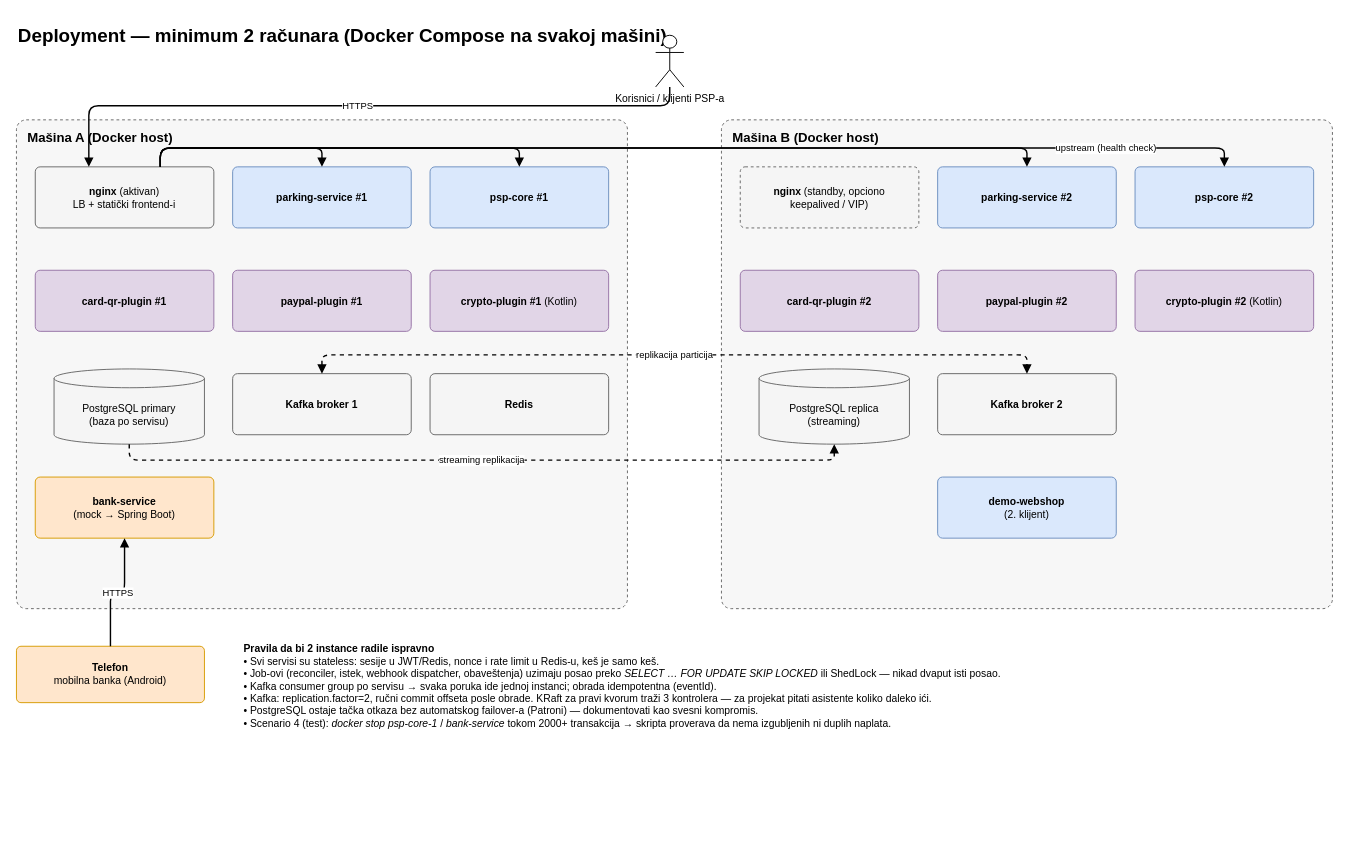
Above: page "2. Deployment (2 mašine)" (2 of 4) of SEP_dizajn_sistema.drawio in simin161/SEP_projekat (draw.io), before the change. Source tidied: cells renumbered, new cells numbered last; positions are measured from the earlier drawing's top-left corner, leaving out a move shared by most shapes. Both pictures are drawn from the tidied source at 94%, with x=0, y=0 at pixel (16, 16).
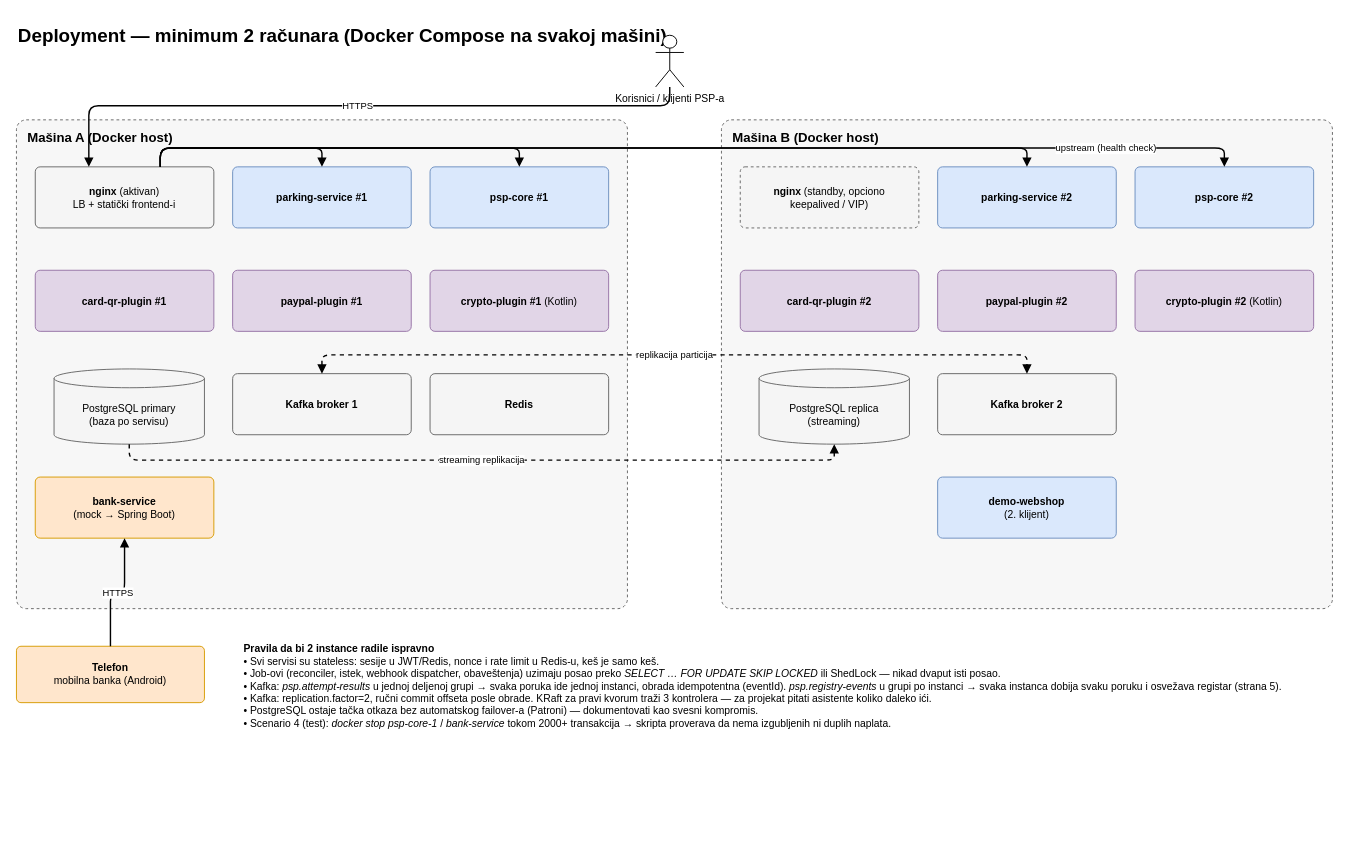
After the change.

What changed in the source:
```diff
@@
-    <mxCell id="34" value="&lt;b&gt;Pravila da bi 2 instance radile ispravno&lt;/b&gt;&lt;br&gt;• Svi servisi su stateless: sesije u JWT/Redis, nonce i rate limit u Redis-u, keš je samo keš.&lt;br&gt;• Job-ovi (reconciler, istek, webhook dispatcher, obaveštenja) uzimaju posao preko &lt;i&gt;SELECT … FOR UPDATE SKIP LOCKED&lt;/i&gt; ili ShedLock — nikad dvaput isti posao.&lt;br&gt;• Kafka consumer group po servisu → svaka poruka ide jednoj instanci; obrada idempotentna (eventId).&lt;br&gt;• Kafka: replication.factor=2, ručni commit offseta posle obrade. KRaft za pravi kvorum traži 3 kontrolera — za projekat pitati asistente koliko daleko ići.&lt;br&gt;• PostgreSQL ostaje tačka otkaza bez automatskog failover-a (Patroni) — dokumentovati kao svesni kompromis.&lt;br&gt;• Scenario 4 (test): &lt;i&gt;docker stop psp-core-1&lt;/i&gt; / &lt;i&gt;bank-service&lt;/i&gt; tokom 2000+ transakcija → skripta proverava da nema izgubljenih ni duplih naplata." style="text;html=1;align=left;verticalAlign=middle;fontSize=11;whiteSpace=wrap;verticalAlign=top;fontSize=11;" parent="1" vertex="1">
-      <mxGeometry x="240" y="660" width="1160" height="200" as="geometry" />
+    <mxCell id="34" value="&lt;b&gt;Pravila da bi 2 instance radile ispravno&lt;/b&gt;&lt;br&gt;• Svi servisi su stateless: sesije u JWT/Redis, nonce i rate limit u Redis-u, keš je samo keš.&lt;br&gt;• Job-ovi (reconciler, istek, webhook dispatcher, obaveštenja) uzimaju posao preko &lt;i&gt;SELECT … FOR UPDATE SKIP LOCKED&lt;/i&gt; ili ShedLock — nikad dvaput isti posao.&lt;br&gt;• Kafka: &lt;i&gt;psp.attempt-results&lt;/i&gt; u jednoj deljenoj grupi → svaka poruka ide jednoj instanci, obrada idempotentna (eventId). &lt;i&gt;psp.registry-events&lt;/i&gt; u grupi po instanci → svaka instanca dobija svaku poruku i osvežava registar (strana 5).&lt;br&gt;• Kafka: replication.factor=2, ručni commit offseta posle obrade. KRaft za pravi kvorum traži 3 kontrolera — za projekat pitati asistente koliko daleko ići.&lt;br&gt;• PostgreSQL ostaje tačka otkaza bez automatskog failover-a (Patroni) — dokumentovati kao svesni kompromis.&lt;br&gt;• Scenario 4 (test): &lt;i&gt;docker stop psp-core-1&lt;/i&gt; / &lt;i&gt;bank-service&lt;/i&gt; tokom 2000+ transakcija → skripta proverava da nema izgubljenih ni duplih naplata." style="text;html=1;align=left;verticalAlign=middle;fontSize=11;whiteSpace=wrap;verticalAlign=top;fontSize=11;" parent="1" vertex="1">
+      <mxGeometry x="240" y="660" width="1160" height="220" as="geometry" />
     </mxCell>
```
